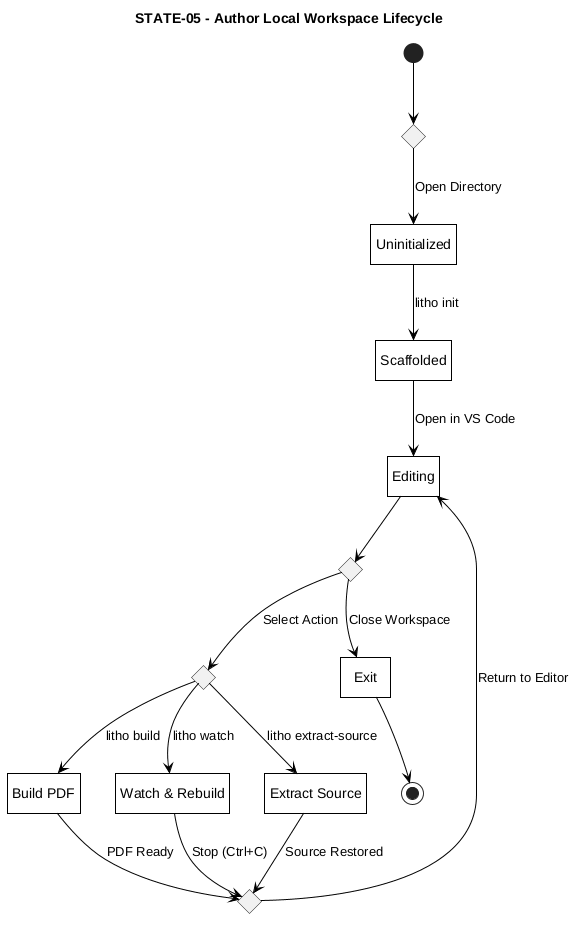
Litho-MD/uet-fyp-docs keeps this PlantUML diagram as Figures/state-machine/STATE-05-author-workspace.png. Above is the earlier version.
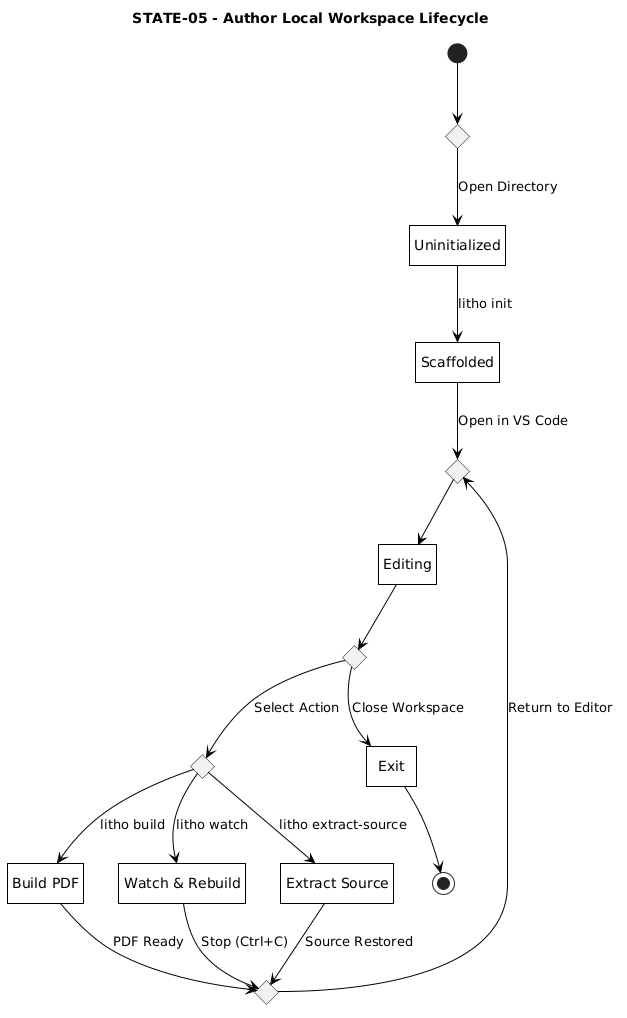
After the commit.

The edit, as a diff of the source:
```diff
@@ -1,4 +1,4 @@
-@startuml STATE-05-author-workspace
+@startuml
 title STATE-05 - Author Local Workspace Lifecycle
 
 hide empty description
@@ -18,6 +18,7 @@
 }
 
 state c_start <<choice>>
+state c_edit_in <<choice>>
 state "Uninitialized" as s_init
 state "Scaffolded" as s_scaff
 state "Editing" as s_edit
@@ -29,7 +30,8 @@
 [*] --> c_start
 c_start --> s_init : Open Directory
 s_init --> s_scaff : litho init
-s_scaff --> s_edit : Open in VS Code
+s_scaff --> c_edit_in : Open in VS Code
+c_edit_in --> s_edit
 
 s_edit --> c_menu
 
@@ -50,6 +52,5 @@
 act_watch --> c_merge : Stop (Ctrl+C)
 act_extract --> c_merge : Source Restored
 
-c_merge --> s_edit : Return to Editor
-
+c_merge --> c_edit_in : Return to Editor
 @enduml
```
